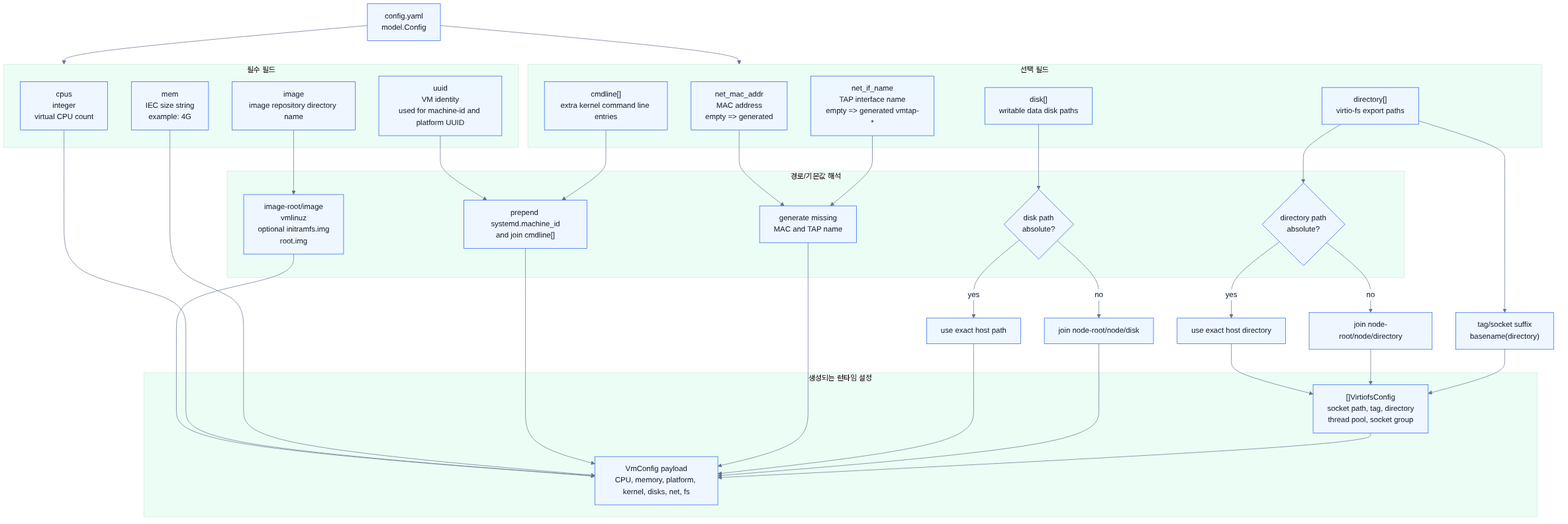
Before: docs/diagrams/manifest-schema.png, a diagram exported from Mermaid (spi-ca/cvmm). Its source is kept beside it as docs/diagrams/manifest-schema.mmd. Source of this version:
```mermaid
flowchart TD
    cfg["config.yaml\nmodel.Config"]

    subgraph required["필수 필드"]
        cpus["cpus\ninteger\nvirtual CPU count"]
        mem["mem\nIEC size string\nexample: 4G"]
        uuid["uuid\nVM identity\nused for machine-id and platform UUID"]
        image["image\nimage repository directory name"]
    end

    subgraph optional["선택 필드"]
        mac["net_mac_addr\nMAC address\nempty => generated"]
        tap["net_if_name\nTAP interface name\nempty => generated vmtap-*"]
        cmdline["cmdline[]\nextra kernel command line entries"]
        disk["disk[]\nwritable data disk paths"]
        directory["directory[]\nvirtio-fs export paths"]
    end

    subgraph resolution["경로/기본값 해석"]
        imageBase["image-root/image\nvmlinuz\noptional initramfs.img\nroot.img"]
        diskRule{"disk path\nabsolute?"}
        dirRule{"directory path\nabsolute?"}
        defaults["generate missing\nMAC and TAP name"]
        cmd["prepend systemd.machine_id\nand join cmdline[]"]
    end

    subgraph vmcfg["생성되는 런타임 설정"]
        payload["VmConfig payload\nCPU, memory, platform, kernel, disks, net, fs"]
        vfs["[]VirtiofsConfig\nsocket path, tag, directory\nthread pool, socket group"]
    end

    cfg --> required
    cfg --> optional
    image --> imageBase --> payload
    cpus --> payload
    mem --> payload
    uuid --> cmd --> payload
    cmdline --> cmd
    mac --> defaults --> payload
    tap --> defaults
    disk --> diskRule
    diskRule -- yes --> diskAbs["use exact host path"] --> payload
    diskRule -- no --> diskRel["join node-root/node/disk"] --> payload
    directory --> dirRule
    dirRule -- yes --> dirAbs["use exact host directory"] --> vfs
    dirRule -- no --> dirRel["join node-root/node/directory"] --> vfs
    directory --> tag["tag/socket suffix\nbasename(directory)"] --> vfs
    vfs --> payload
```
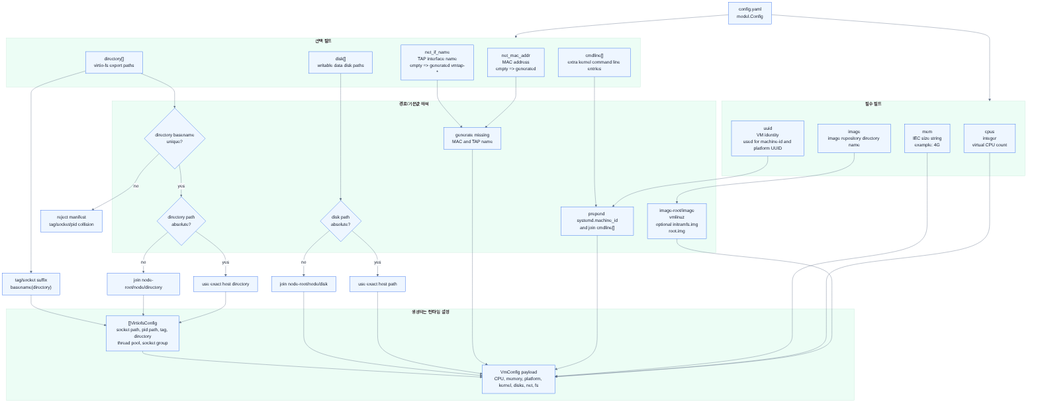
Later version of the same file.

What changed in the source:
```diff
@@ -19,6 +19,7 @@
     subgraph resolution["경로/기본값 해석"]
         imageBase["image-root/image\nvmlinuz\noptional initramfs.img\nroot.img"]
         diskRule{"disk path\nabsolute?"}
+        basenameRule{"directory basename\nunique?"}
         dirRule{"directory path\nabsolute?"}
         defaults["generate missing\nMAC and TAP name"]
         cmd["prepend systemd.machine_id\nand join cmdline[]"]
@@ -26,7 +27,7 @@
 
     subgraph vmcfg["생성되는 런타임 설정"]
         payload["VmConfig payload\nCPU, memory, platform, kernel, disks, net, fs"]
-        vfs["[]VirtiofsConfig\nsocket path, tag, directory\nthread pool, socket group"]
+        vfs["[]VirtiofsConfig\nsocket path, pid path, tag, directory\nthread pool, socket group"]
     end
 
     cfg --> required
@@ -41,7 +42,9 @@
     disk --> diskRule
     diskRule -- yes --> diskAbs["use exact host path"] --> payload
     diskRule -- no --> diskRel["join node-root/node/disk"] --> payload
-    directory --> dirRule
+    directory --> basenameRule
+    basenameRule -- no --> reject["reject manifest\ntag/socket/pid collision"]
+    basenameRule -- yes --> dirRule
     dirRule -- yes --> dirAbs["use exact host directory"] --> vfs
     dirRule -- no --> dirRel["join node-root/node/directory"] --> vfs
     directory --> tag["tag/socket suffix\nbasename(directory)"] --> vfs
```
